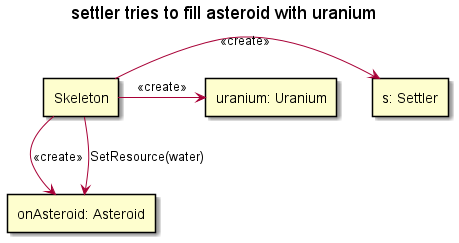
This is uml/plantuml/out/settler tries to fill asteroid with uranium/settler tries to fill asteroid with uranium init/settler tries to fill asteroid with uranium.png from triszt4n/projlab_holy_oil, a PlantUML export, as it was before one commit. The source it was exported from:
```plantuml
@startuml

skinparam SequenceLifeLineBackgroundColor LightYellow

title "settler tries to fill asteroid with uranium"

rectangle "s: Settler" as settler
rectangle "onAsteroid: Asteroid" as onAsteroid
rectangle "uranium: Uranium" as uranium
rectangle "Skeleton" as skeleton

skeleton->settler : <<create>>
skeleton->onAsteroid: <<create>>
skeleton->uranium: <<create>>

skeleton-down->onAsteroid: SetResource(water)


@enduml
```
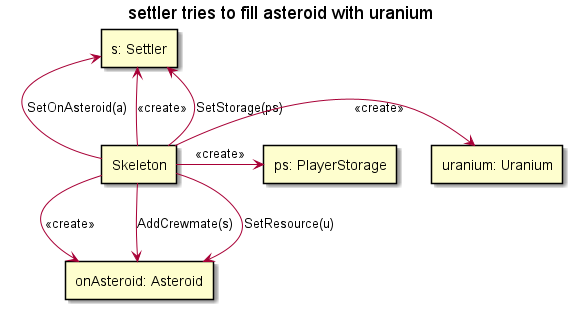
The same file after the commit.

The edit, as a diff of the source:
```diff
@@ -8,12 +8,17 @@
 rectangle "onAsteroid: Asteroid" as onAsteroid
 rectangle "uranium: Uranium" as uranium
 rectangle "Skeleton" as skeleton
+rectangle "ps: PlayerStorage" as storage
 
 skeleton->settler : <<create>>
 skeleton->onAsteroid: <<create>>
 skeleton->uranium: <<create>>
+skeleton->storage: <<create>>
 
-skeleton-down->onAsteroid: SetResource(water)
+skeleton-down->onAsteroid: SetResource(u)
+skeleton-up->settler: SetOnAsteroid(a)
+skeleton->onAsteroid: AddCrewmate(s)
+skeleton->settler: SetStorage(ps)
 
 
 @enduml
```
